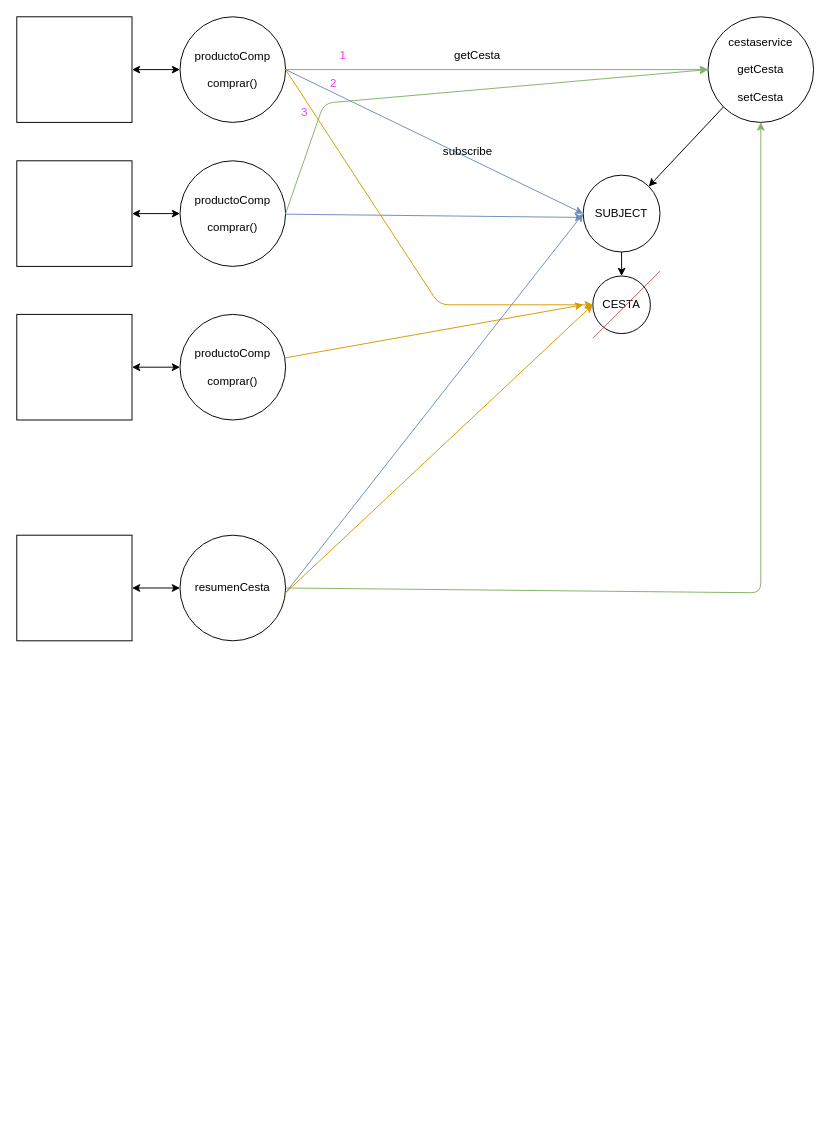
Earlier version of the draw.io diagram page "Página-69" (69 of 69) of Dibujillos.drawio (lrag/MEAN_2021). Source tidied: cells renumbered, new cells numbered last; positions are measured from the earlier drawing's top-left corner, leaving out a move shared by most shapes. Both pictures are drawn from the tidied source at 96%, with x=0, y=0 at pixel (16, 16).
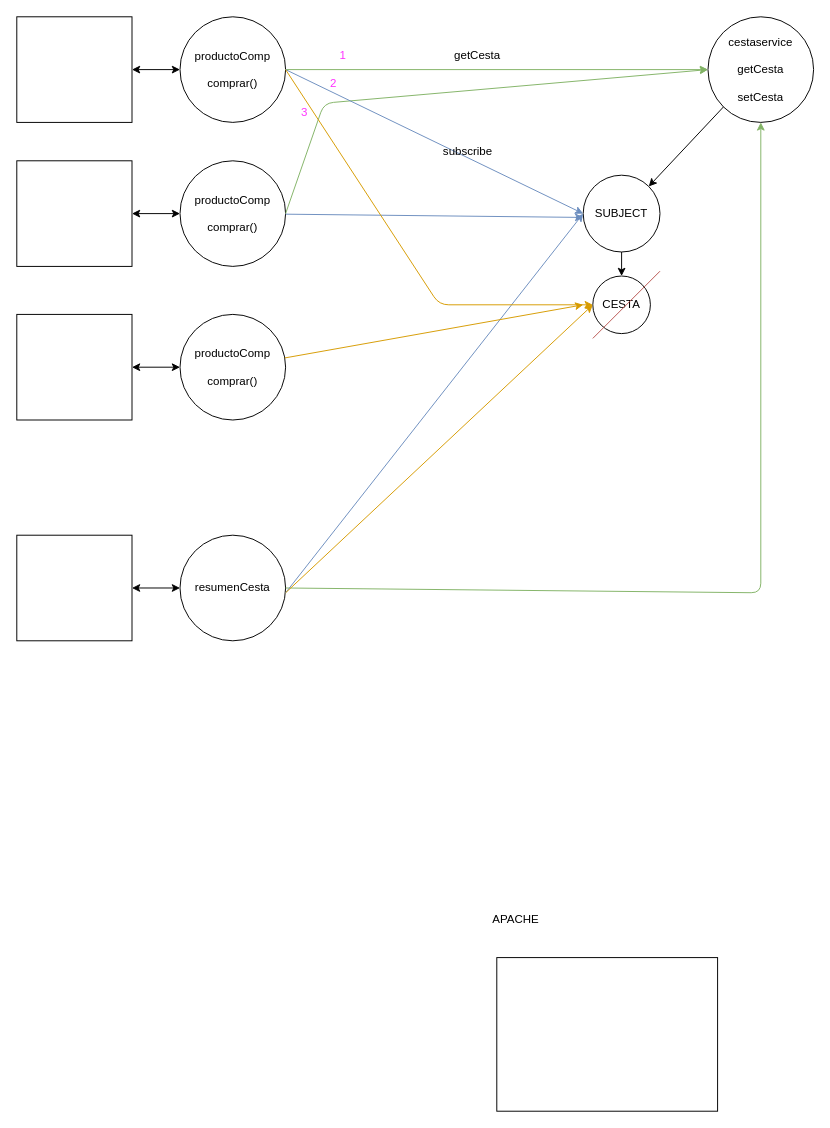
After the change.

Change to the diagram source:
```diff
@@
+    <mxCell id="34" style="rounded=0;whiteSpace=wrap;html=1;" parent="1" vertex="1">
+      <mxGeometry x="500" y="980" width="230" height="160" as="geometry" />
+    </mxCell>
+    <mxCell id="35" value="APACHE" style="text;html=1;strokeColor=none;fillColor=none;align=center;verticalAlign=middle;whiteSpace=wrap;rounded=0;" parent="1" vertex="1">
+      <mxGeometry x="500" y="930" width="40" height="20" as="geometry" />
+    </mxCell>
```
